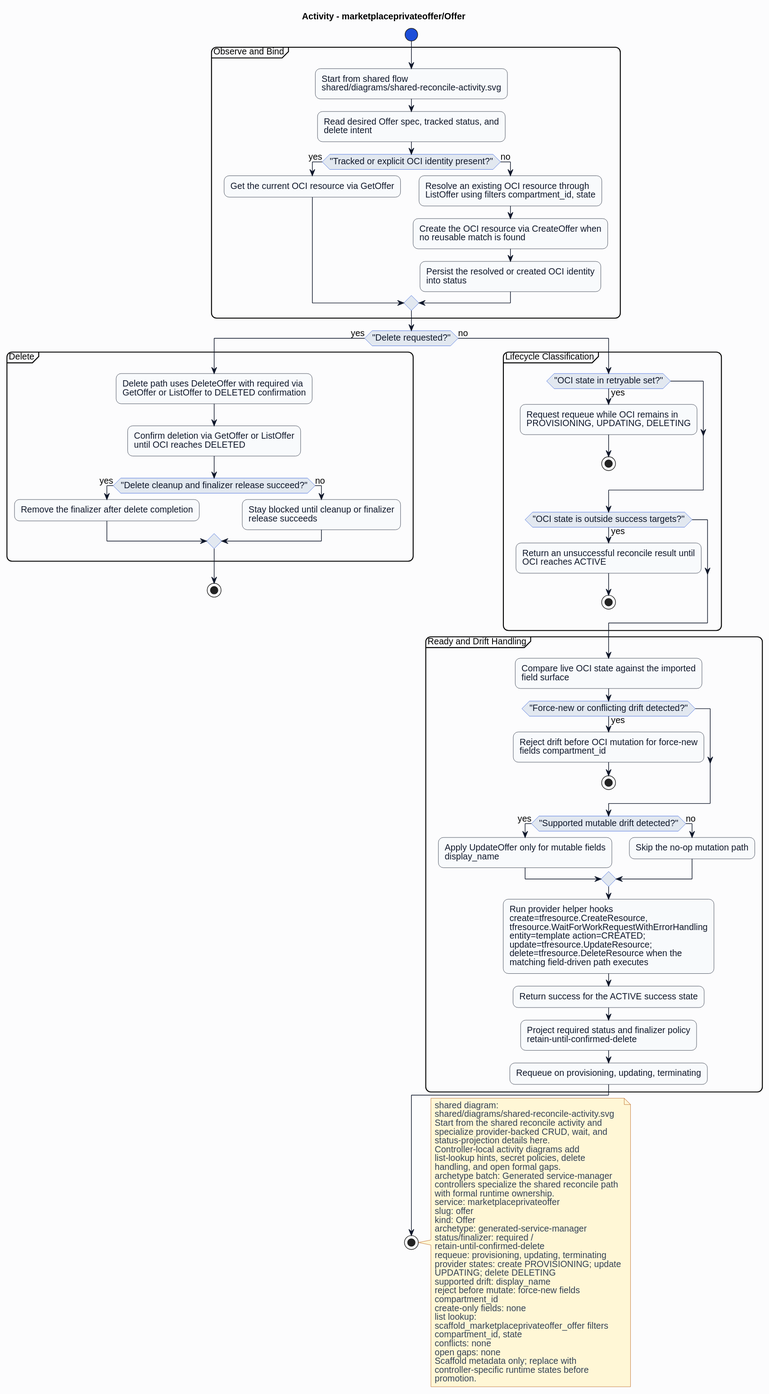
Earlier version of the PlantUML export formal/controllers/marketplaceprivateoffer/offer/diagrams/activity.svg (HaoyL666/oci-service-operator).
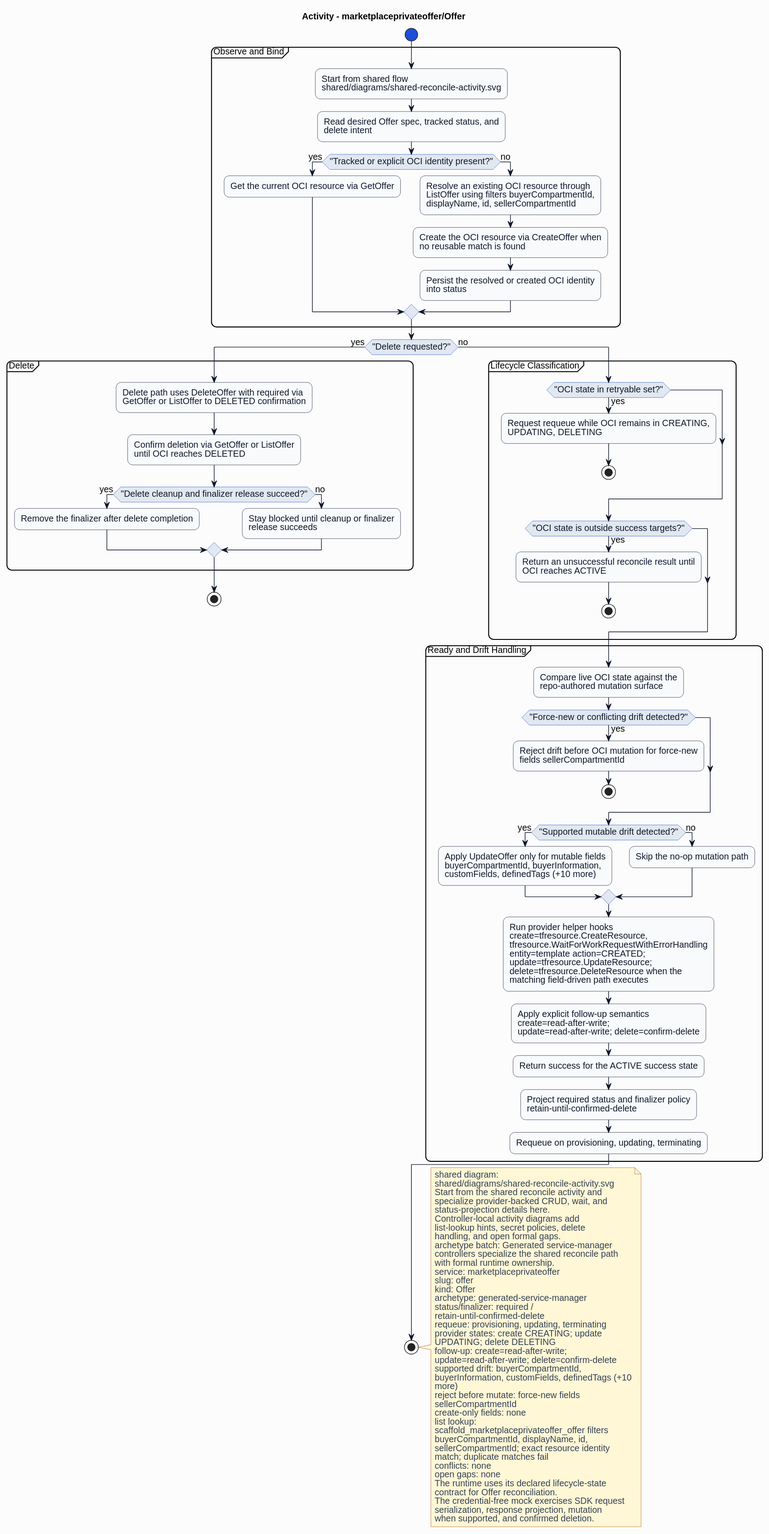
After the change.

What changed in the source:
```diff
@@ -27,7 +27,7 @@
 if ("Tracked or explicit OCI identity present?") then (yes)
 :Get the current OCI resource via GetOffer;
 else (no)
-:Resolve an existing OCI resource through\nListOffer using filters compartment_id, state;
+:Resolve an existing OCI resource through\nListOffer using filters buyerCompartmentId,\ndisplayName, id, sellerCompartmentId;
 :Create the OCI resource via CreateOffer when\nno reusable match is found;
 :Persist the resolved or created OCI identity\ninto status;
 endif
@@ -46,7 +46,7 @@
 else (no)
 partition "Lifecycle Classification" {
 if ("OCI state in retryable set?") then (yes)
-:Request requeue while OCI remains in\nPROVISIONING, UPDATING, DELETING;
+:Request requeue while OCI remains in CREATING,\nUPDATING, DELETING;
 stop
 endif
 if ("OCI state is outside success targets?") then (yes)
@@ -55,17 +55,18 @@
 endif
 }
 partition "Ready and Drift Handling" {
-:Compare live OCI state against the imported\nfield surface;
+:Compare live OCI state against the\nrepo-authored mutation surface;
 if ("Force-new or conflicting drift detected?") then (yes)
-:Reject drift before OCI mutation for force-new\nfields compartment_id;
+:Reject drift before OCI mutation for force-new\nfields sellerCompartmentId;
 stop
 endif
 if ("Supported mutable drift detected?") then (yes)
-:Apply UpdateOffer only for mutable fields\ndisplay_name;
+:Apply UpdateOffer only for mutable fields\nbuyerCompartmentId, buyerInformation,\ncustomFields, definedTags (+10 more);
 else (no)
 :Skip the no-op mutation path;
 endif
 :Run provider helper hooks\ncreate=tfresource.CreateResource,\ntfresource.WaitForWorkRequestWithErrorHandling\nentity=template action=CREATED;\nupdate=tfresource.UpdateResource;\ndelete=tfresource.DeleteResource when the\nmatching field-driven path executes;
+:Apply explicit follow-up semantics\ncreate=read-after-write;\nupdate=read-after-write; delete=confirm-delete;
 :Return success for the ACTIVE success state;
 :Project required status and finalizer policy\nretain-until-confirmed-delete;
 :Requeue on provisioning, updating, terminating;
@@ -91,19 +92,27 @@
 status/finalizer: required /
 retain-until-confirmed-delete
 requeue: provisioning, updating, terminating
-provider states: create PROVISIONING; update
+provider states: create CREATING; update
 UPDATING; delete DELETING
-supported drift: display_name
+follow-up: create=read-after-write;
+update=read-after-write; delete=confirm-delete
+supported drift: buyerCompartmentId,
+buyerInformation, customFields, definedTags (+10
+more)
 reject before mutate: force-new fields
-compartment_id
+sellerCompartmentId
 create-only fields: none
 list lookup:
 scaffold_marketplaceprivateoffer_offer filters
-compartment_id, state
+buyerCompartmentId, displayName, id,
+sellerCompartmentId; exact resource identity
+match; duplicate matches fail
 conflicts: none
 open gaps: none
-Scaffold metadata only; replace with
-controller-specific runtime states before
-promotion.
+The runtime uses its declared lifecycle-state
+contract for Offer reconciliation.
+The credential-free mock exercises SDK request
+serialization, response projection, mutation
+when supported, and confirmed deletion.
 end note
 @enduml
```
